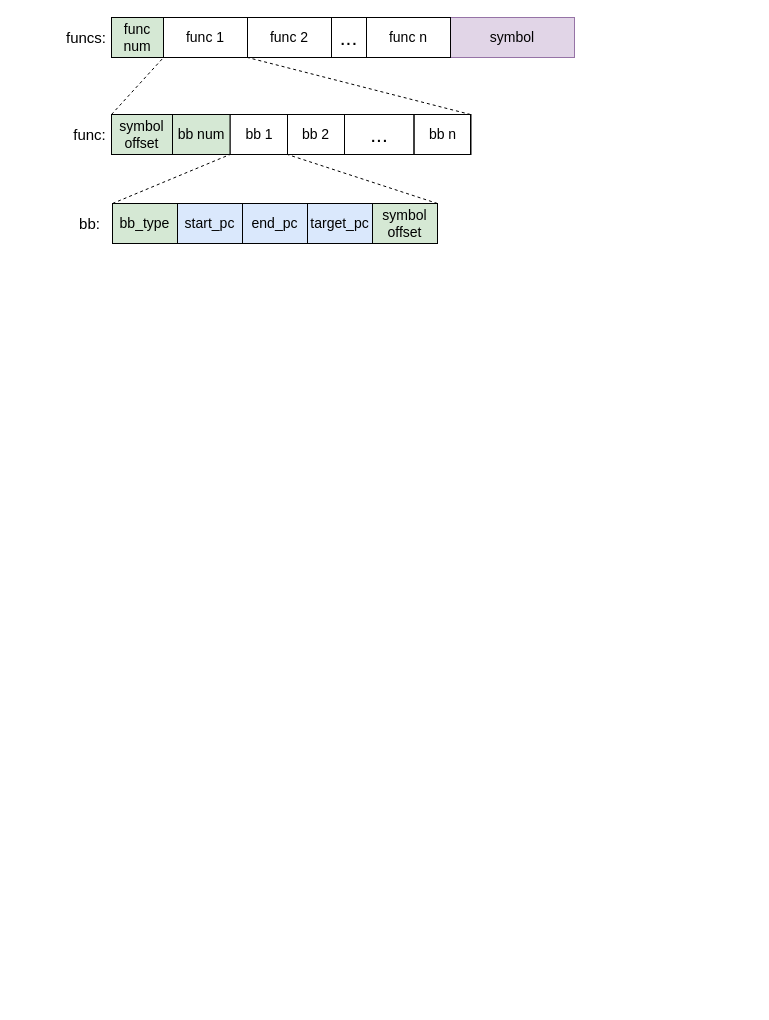
This is cfg 二进制布局设计.drawio from liyp1120/draw.io, a draw.io file, before an edit. Source tidied: cells renumbered, new cells numbered last; positions are measured from the earlier drawing's top-left corner, leaving out a move shared by most shapes. Both pictures are drawn from the tidied source at 100%, with x=0, y=0 at pixel (61, 17).
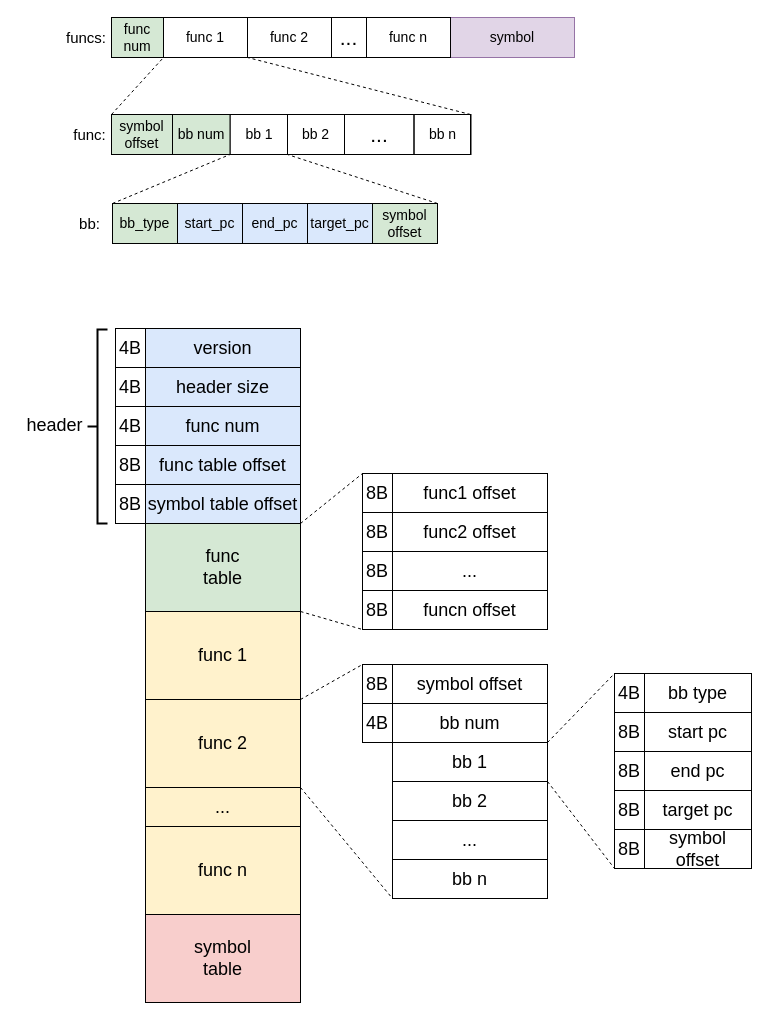
The same diagram, later.

Commit message:
更新cfg 二进制布局设计.drawio

What changed in the source:
```diff
@@
+    <mxCell id="29" style="rounded=0;whiteSpace=wrap;html=1;" parent="1" vertex="1">
+      <mxGeometry x="84" y="350" width="155" height="633" as="geometry" />
+    </mxCell>
+    <mxCell id="30" value="&lt;font style=&quot;font-size: 18px;&quot;&gt;header size&lt;/font&gt;" style="rounded=0;whiteSpace=wrap;html=1;fillColor=#dae8fc;strokeColor=default;" parent="1" vertex="1">
+      <mxGeometry x="84" y="350" width="155" height="39" as="geometry" />
+    </mxCell>
+    <mxCell id="31" value="&lt;font style=&quot;font-size: 18px;&quot;&gt;version&lt;/font&gt;" style="rounded=0;whiteSpace=wrap;html=1;fillColor=#dae8fc;strokeColor=default;" parent="1" vertex="1">
+      <mxGeometry x="84" y="311" width="155" height="39" as="geometry" />
+    </mxCell>
+    <mxCell id="32" value="&lt;font style=&quot;font-size: 18px;&quot;&gt;func num&lt;/font&gt;" style="rounded=0;whiteSpace=wrap;html=1;fillColor=#dae8fc;strokeColor=default;" parent="1" vertex="1">
+      <mxGeometry x="84" y="389" width="155" height="39" as="geometry" />
+    </mxCell>
+    <mxCell id="33" value="&lt;span style=&quot;font-size: 18px;&quot;&gt;...&lt;/span&gt;" style="rounded=0;whiteSpace=wrap;html=1;fillColor=#fff2cc;strokeColor=default;" parent="1" vertex="1">
+      <mxGeometry x="84" y="770" width="155" height="39" as="geometry" />
+    </mxCell>
+    <mxCell id="34" value="&lt;font style=&quot;font-size: 18px;&quot;&gt;symbol&lt;br&gt;table&lt;br&gt;&lt;/font&gt;" style="rounded=0;whiteSpace=wrap;html=1;fillColor=#f8cecc;strokeColor=default;" parent="1" vertex="1">
+      <mxGeometry x="84" y="897" width="155" height="88" as="geometry" />
+    </mxCell>
+    <mxCell id="35" value="&lt;font style=&quot;font-size: 18px;&quot;&gt;func table offset&lt;/font&gt;" style="rounded=0;whiteSpace=wrap;html=1;fillColor=#dae8fc;strokeColor=default;" parent="1" vertex="1">
+      <mxGeometry x="84" y="428" width="155" height="39" as="geometry" />
+    </mxCell>
+    <mxCell id="36" value="&lt;font style=&quot;font-size: 18px;&quot;&gt;func n&lt;/font&gt;" style="rounded=0;whiteSpace=wrap;html=1;fillColor=#fff2cc;strokeColor=default;" parent="1" vertex="1">
+      <mxGeometry x="84" y="809" width="155" height="88" as="geometry" />
+    </mxCell>
+    <mxCell id="37" value="&lt;font style=&quot;font-size: 18px;&quot;&gt;func 2&lt;/font&gt;" style="rounded=0;whiteSpace=wrap;html=1;fillColor=#fff2cc;strokeColor=default;" parent="1" vertex="1">
+      <mxGeometry x="84" y="682" width="155" height="88" as="geometry" />
+    </mxCell>
+    <mxCell id="38" style="rounded=0;jettySize=auto;html=1;exitX=1;exitY=0;exitDx=0;exitDy=0;entryX=0;entryY=1;entryDx=0;entryDy=0;endArrow=none;dashed=1;" parent="1" edge="1" source="39" target="69">
+      <mxGeometry relative="1" as="geometry" />
+    </mxCell>
+    <mxCell id="39" value="&lt;font style=&quot;font-size: 18px;&quot;&gt;func 1&lt;/font&gt;" style="rounded=0;whiteSpace=wrap;html=1;fillColor=#fff2cc;strokeColor=default;" parent="1" vertex="1">
+      <mxGeometry x="84" y="594" width="155" height="88" as="geometry" />
+    </mxCell>
+    <mxCell id="40" value="&lt;font style=&quot;font-size: 18px;&quot;&gt;func1 offset&lt;/font&gt;" style="rounded=0;whiteSpace=wrap;html=1;" parent="1" vertex="1">
+      <mxGeometry x="331" y="456" width="155" height="39" as="geometry" />
+    </mxCell>
+    <mxCell id="41" value="&lt;font style=&quot;font-size: 18px;&quot;&gt;func2 offset&lt;/font&gt;" style="rounded=0;whiteSpace=wrap;html=1;" parent="1" vertex="1">
+      <mxGeometry x="331" y="495" width="155" height="39" as="geometry" />
+    </mxCell>
+    <mxCell id="42" value="&lt;font style=&quot;font-size: 18px;&quot;&gt;...&lt;/font&gt;" style="rounded=0;whiteSpace=wrap;html=1;" parent="1" vertex="1">
+      <mxGeometry x="331" y="534" width="155" height="39" as="geometry" />
+    </mxCell>
+    <mxCell id="43" value="&lt;font style=&quot;font-size: 18px;&quot;&gt;funcn offset&lt;/font&gt;" style="rounded=0;whiteSpace=wrap;html=1;" parent="1" vertex="1">
+      <mxGeometry x="331" y="573" width="155" height="39" as="geometry" />
+    </mxCell>
+    <mxCell id="44" style="strokeWidth=2;html=1;shape=mxgraph.flowchart.annotation_2;align=left;labelPosition=right;" parent="1" vertex="1">
+      <mxGeometry x="26" y="312" width="20" height="194" as="geometry" />
+    </mxCell>
+    <mxCell id="45" value="&lt;font style=&quot;font-size: 18px;&quot;&gt;header&lt;/font&gt;" style="text;html=1;align=center;verticalAlign=middle;strokeColor=none;fillColor=none;" parent="1" vertex="1">
+      <mxGeometry x="-44" y="391" width="74" height="34" as="geometry" />
+    </mxCell>
+    <mxCell id="46" value="&lt;font style=&quot;font-size: 18px;&quot;&gt;func&lt;br&gt;table&lt;br&gt;&lt;/font&gt;" style="rounded=0;whiteSpace=wrap;html=1;fillColor=#d5e8d4;strokeColor=default;" parent="1" vertex="1">
+      <mxGeometry x="84" y="506" width="155" height="88" as="geometry" />
+    </mxCell>
+    <mxCell id="47" style="rounded=0;whiteSpace=wrap;html=1;" parent="1" vertex="1">
+      <mxGeometry x="331" y="647" width="155" height="229" as="geometry" />
+    </mxCell>
+    <mxCell id="48" value="&lt;font style=&quot;font-size: 18px;&quot;&gt;bb num&lt;/font&gt;" style="rounded=0;whiteSpace=wrap;html=1;" parent="1" vertex="1">
+      <mxGeometry x="331" y="686" width="155" height="39" as="geometry" />
+    </mxCell>
+    <mxCell id="49" value="&lt;font style=&quot;font-size: 18px;&quot;&gt;symbol offset&lt;/font&gt;" style="rounded=0;whiteSpace=wrap;html=1;" parent="1" vertex="1">
+      <mxGeometry x="331" y="647" width="155" height="39" as="geometry" />
+    </mxCell>
+    <mxCell id="50" value="&lt;font style=&quot;font-size: 18px;&quot;&gt;bb 1&lt;/font&gt;" style="rounded=0;whiteSpace=wrap;html=1;" parent="1" vertex="1">
+      <mxGeometry x="331" y="725" width="155" height="39" as="geometry" />
+    </mxCell>
+    <mxCell id="51" value="&lt;font style=&quot;font-size: 18px;&quot;&gt;bb 2&lt;/font&gt;" style="rounded=0;whiteSpace=wrap;html=1;" parent="1" vertex="1">
+      <mxGeometry x="331" y="764" width="155" height="39" as="geometry" />
+    </mxCell>
+    <mxCell id="52" value="&lt;font style=&quot;font-size: 18px;&quot;&gt;...&lt;/font&gt;" style="rounded=0;whiteSpace=wrap;html=1;" parent="1" vertex="1">
+      <mxGeometry x="331" y="803" width="155" height="39" as="geometry" />
+    </mxCell>
+    <mxCell id="53" value="&lt;font style=&quot;font-size: 18px;&quot;&gt;bb n&lt;/font&gt;" style="rounded=0;whiteSpace=wrap;html=1;" parent="1" vertex="1">
+      <mxGeometry x="331" y="842" width="155" height="39" as="geometry" />
+    </mxCell>
+    <mxCell id="54" value="&lt;font style=&quot;font-size: 18px;&quot;&gt;bb type&lt;/font&gt;" style="rounded=0;whiteSpace=wrap;html=1;" parent="1" vertex="1">
+      <mxGeometry x="583" y="656" width="107" height="39" as="geometry" />
+    </mxCell>
+    <mxCell id="55" value="&lt;font style=&quot;font-size: 18px;&quot;&gt;start pc&lt;/font&gt;" style="rounded=0;whiteSpace=wrap;html=1;" parent="1" vertex="1">
+      <mxGeometry x="583" y="695" width="107" height="39" as="geometry" />
+    </mxCell>
+    <mxCell id="56" value="&lt;font style=&quot;font-size: 18px;&quot;&gt;end pc&lt;/font&gt;" style="rounded=0;whiteSpace=wrap;html=1;" parent="1" vertex="1">
+      <mxGeometry x="583" y="734" width="107" height="39" as="geometry" />
+    </mxCell>
+    <mxCell id="57" value="&lt;font style=&quot;font-size: 18px;&quot;&gt;target pc&lt;/font&gt;" style="rounded=0;whiteSpace=wrap;html=1;" parent="1" vertex="1">
+      <mxGeometry x="583" y="773" width="107" height="39" as="geometry" />
+    </mxCell>
+    <mxCell id="58" value="&lt;font style=&quot;font-size: 18px;&quot;&gt;symbol offset&lt;/font&gt;" style="rounded=0;whiteSpace=wrap;html=1;" parent="1" vertex="1">
+      <mxGeometry x="583" y="812" width="107" height="39" as="geometry" />
+    </mxCell>
+    <mxCell id="59" value="&lt;font style=&quot;font-size: 18px;&quot;&gt;symbol table offset&lt;/font&gt;" style="rounded=0;whiteSpace=wrap;html=1;fillColor=#dae8fc;strokeColor=default;" parent="1" vertex="1">
+      <mxGeometry x="84" y="467" width="155" height="39" as="geometry" />
+    </mxCell>
+    <mxCell id="60" value="&lt;font style=&quot;font-size: 18px;&quot;&gt;4B&lt;/font&gt;" style="rounded=0;whiteSpace=wrap;html=1;" parent="1" vertex="1">
+      <mxGeometry x="54" y="311" width="30" height="39" as="geometry" />
+    </mxCell>
+    <mxCell id="61" value="&lt;font style=&quot;font-size: 18px;&quot;&gt;4B&lt;/font&gt;" style="rounded=0;whiteSpace=wrap;html=1;" parent="1" vertex="1">
+      <mxGeometry x="54" y="350" width="30" height="39" as="geometry" />
+    </mxCell>
+    <mxCell id="62" value="&lt;font style=&quot;font-size: 18px;&quot;&gt;4B&lt;/font&gt;" style="rounded=0;whiteSpace=wrap;html=1;" parent="1" vertex="1">
+      <mxGeometry x="54" y="389" width="30" height="39" as="geometry" />
+    </mxCell>
+    <mxCell id="63" value="&lt;font style=&quot;font-size: 18px;&quot;&gt;8B&lt;/font&gt;" style="rounded=0;whiteSpace=wrap;html=1;" parent="1" vertex="1">
+      <mxGeometry x="301" y="456" width="30" height="39" as="geometry" />
+    </mxCell>
+    <mxCell id="64" value="&lt;font style=&quot;font-size: 18px;&quot;&gt;8B&lt;/font&gt;" style="rounded=0;whiteSpace=wrap;html=1;" parent="1" vertex="1">
+      <mxGeometry x="54" y="467" width="30" height="39" as="geometry" />
+    </mxCell>
+    <mxCell id="65" value="&lt;font style=&quot;font-size: 18px;&quot;&gt;8B&lt;/font&gt;" style="rounded=0;whiteSpace=wrap;html=1;" parent="1" vertex="1">
+      <mxGeometry x="54" y="428" width="30" height="39" as="geometry" />
+    </mxCell>
+    <mxCell id="66" value="&lt;font style=&quot;font-size: 18px;&quot;&gt;4B&lt;/font&gt;" style="rounded=0;whiteSpace=wrap;html=1;" parent="1" vertex="1">
+      <mxGeometry x="553" y="656" width="30" height="39" as="geometry" />
+    </mxCell>
+    <mxCell id="67" value="&lt;font style=&quot;font-size: 18px;&quot;&gt;4B&lt;/font&gt;" style="rounded=0;whiteSpace=wrap;html=1;" parent="1" vertex="1">
+      <mxGeometry x="301" y="686" width="30" height="39" as="geometry" />
+    </mxCell>
+    <mxCell id="68" value="&lt;font style=&quot;font-size: 18px;&quot;&gt;8B&lt;/font&gt;" style="rounded=0;whiteSpace=wrap;html=1;" parent="1" vertex="1">
+      <mxGeometry x="301" y="647" width="30" height="39" as="geometry" />
+    </mxCell>
+    <mxCell id="69" value="&lt;font style=&quot;font-size: 18px;&quot;&gt;8B&lt;/font&gt;" style="rounded=0;whiteSpace=wrap;html=1;" parent="1" vertex="1">
+      <mxGeometry x="301" y="573" width="30" height="39" as="geometry" />
+    </mxCell>
+    <mxCell id="70" value="&lt;font style=&quot;font-size: 18px;&quot;&gt;8B&lt;/font&gt;" style="rounded=0;whiteSpace=wrap;html=1;" parent="1" vertex="1">
+      <mxGeometry x="301" y="534" width="30" height="39" as="geometry" />
+    </mxCell>
+    <mxCell id="71" value="&lt;font style=&quot;font-size: 18px;&quot;&gt;8B&lt;/font&gt;" style="rounded=0;whiteSpace=wrap;html=1;" parent="1" vertex="1">
+      <mxGeometry x="301" y="495" width="30" height="39" as="geometry" />
+    </mxCell>
+    <mxCell id="72" style="rounded=0;jettySize=auto;html=1;exitX=1;exitY=1;exitDx=0;exitDy=0;entryX=0;entryY=0;entryDx=0;entryDy=0;endArrow=none;dashed=1;" parent="1" edge="1" source="59" target="63">
+      <mxGeometry relative="1" as="geometry" />
+    </mxCell>
+    <mxCell id="73" style="rounded=0;jettySize=auto;html=1;exitX=1;exitY=1;exitDx=0;exitDy=0;entryX=0;entryY=0;entryDx=0;entryDy=0;endArrow=none;dashed=1;" parent="1" edge="1" source="39" target="68">
+      <mxGeometry relative="1" as="geometry" />
+    </mxCell>
+    <mxCell id="74" style="rounded=0;jettySize=auto;html=1;exitX=1;exitY=1;exitDx=0;exitDy=0;entryX=0;entryY=1;entryDx=0;entryDy=0;endArrow=none;dashed=1;" parent="1" edge="1" source="37" target="53">
+      <mxGeometry relative="1" as="geometry" />
+    </mxCell>
+    <mxCell id="75" value="&lt;font style=&quot;font-size: 18px;&quot;&gt;8B&lt;/font&gt;" style="rounded=0;whiteSpace=wrap;html=1;" parent="1" vertex="1">
+      <mxGeometry x="553" y="812" width="30" height="39" as="geometry" />
+    </mxCell>
+    <mxCell id="76" value="&lt;font style=&quot;font-size: 18px;&quot;&gt;8B&lt;/font&gt;" style="rounded=0;whiteSpace=wrap;html=1;" parent="1" vertex="1">
+      <mxGeometry x="553" y="773" width="30" height="39" as="geometry" />
+    </mxCell>
+    <mxCell id="77" value="&lt;font style=&quot;font-size: 18px;&quot;&gt;8B&lt;/font&gt;" style="rounded=0;whiteSpace=wrap;html=1;" parent="1" vertex="1">
+      <mxGeometry x="553" y="695" width="30" height="39" as="geometry" />
+    </mxCell>
+    <mxCell id="78" value="&lt;font style=&quot;font-size: 18px;&quot;&gt;8B&lt;/font&gt;" style="rounded=0;whiteSpace=wrap;html=1;" parent="1" vertex="1">
+      <mxGeometry x="553" y="734" width="30" height="39" as="geometry" />
+    </mxCell>
+    <mxCell id="79" style="rounded=0;jettySize=auto;html=1;exitX=1;exitY=0;exitDx=0;exitDy=0;entryX=0;entryY=0;entryDx=0;entryDy=0;endArrow=none;dashed=1;" parent="1" edge="1" source="50" target="66">
+      <mxGeometry relative="1" as="geometry" />
+    </mxCell>
+    <mxCell id="80" style="rounded=0;jettySize=auto;html=1;exitX=1;exitY=0;exitDx=0;exitDy=0;entryX=0;entryY=1;entryDx=0;entryDy=0;endArrow=none;dashed=1;" parent="1" edge="1" source="51" target="75">
+      <mxGeometry relative="1" as="geometry" />
+    </mxCell>
```
